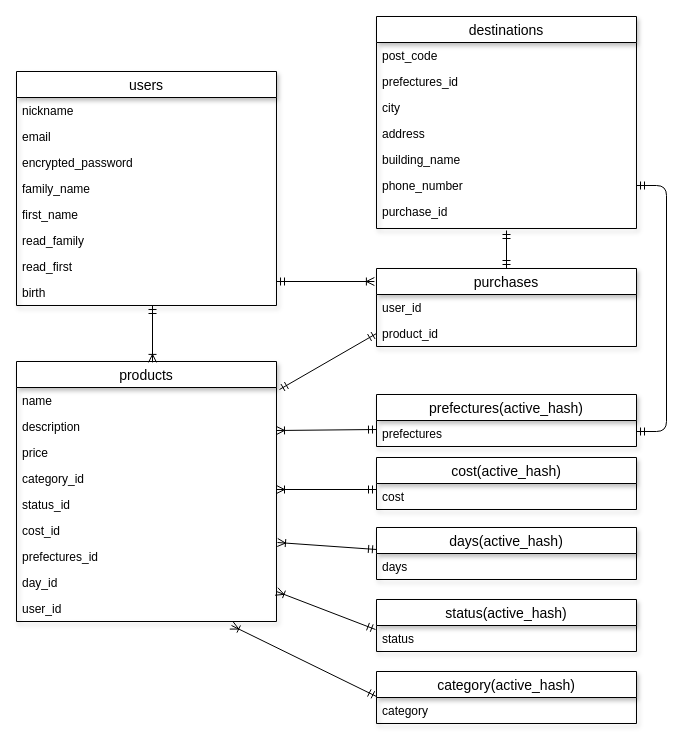
mt1107056/furima-34768 keeps this draw.io diagram as test.dio. Above is the earlier version. Source tidied: cells renumbered, new cells numbered last; positions are measured from the earlier drawing's top-left corner, leaving out a move shared by most shapes. Both pictures are drawn from the tidied source at 100%, with x=0, y=0 at pixel (16, 16).
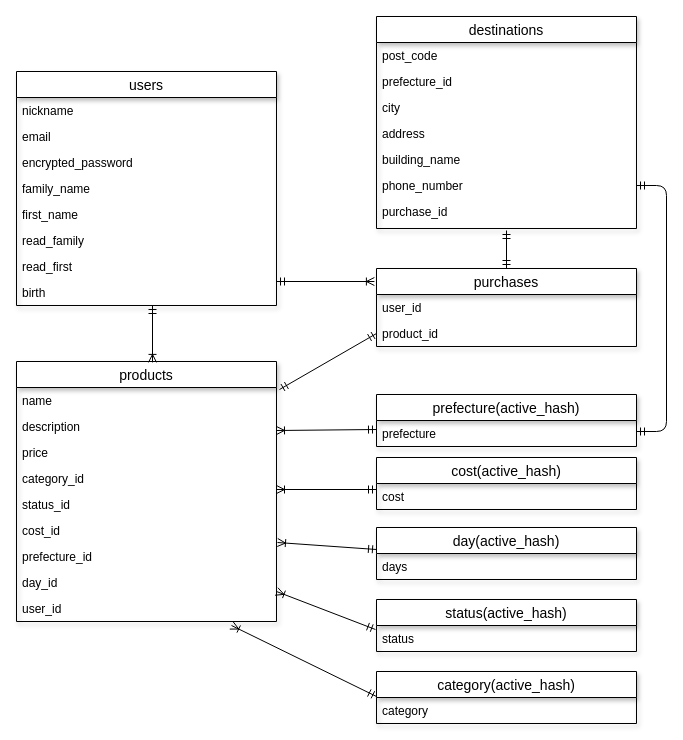
The same diagram, later.

Commit message (it also covers changes not shown here):
テーブル設計（修正③）

The change refers to these unchanged cells:
```xml
<mxCell id="11" value="products" style="swimlane;fontStyle=0;horizontal=1;startSize=26;align=center;fontSize=14;shadow=1;" parent="1" vertex="1">
  <mxGeometry y="345" width="260" height="260" as="geometry" />
</mxCell>
<mxCell id="22" value="destinations" style="swimlane;fontStyle=0;horizontal=1;startSize=26;align=center;fontSize=14;shadow=1;" parent="1" vertex="1">
  <mxGeometry x="360" width="260" height="212" as="geometry" />
</mxCell>
```

The edit, as a diff of the source:
```diff
@@
-    <mxCell id="18" value="prefectures_id" style="text;strokeColor=none;fillColor=none;spacingLeft=4;spacingRight=4;overflow=hidden;fontSize=12;" parent="11" vertex="1">
+    <mxCell id="18" value="prefecture_id" style="text;strokeColor=none;fillColor=none;spacingLeft=4;spacingRight=4;overflow=hidden;fontSize=12;" parent="11" vertex="1">
       <mxGeometry y="182" width="260" height="26" as="geometry" />
     </mxCell>
@@
-    <mxCell id="24" value="prefectures_id" style="text;strokeColor=none;fillColor=none;spacingLeft=4;spacingRight=4;overflow=hidden;fontSize=12;" parent="22" vertex="1">
+    <mxCell id="24" value="prefecture_id" style="text;strokeColor=none;fillColor=none;spacingLeft=4;spacingRight=4;overflow=hidden;fontSize=12;" parent="22" vertex="1">
       <mxGeometry y="52" width="260" height="26" as="geometry" />
     </mxCell>
@@
-    <mxCell id="35" value="prefectures(active_hash)" style="swimlane;fontStyle=0;horizontal=1;startSize=26;align=center;fontSize=14;shadow=1;" parent="1" vertex="1">
+    <mxCell id="35" value="prefecture(active_hash)" style="swimlane;fontStyle=0;horizontal=1;startSize=26;align=center;fontSize=14;shadow=1;" parent="1" vertex="1">
       <mxGeometry x="360" y="378" width="260" height="52" as="geometry" />
     </mxCell>
-    <mxCell id="36" value="prefectures" style="text;strokeColor=none;fillColor=none;spacingLeft=4;spacingRight=4;overflow=hidden;fontSize=12;" parent="35" vertex="1">
+    <mxCell id="36" value="prefecture" style="text;strokeColor=none;fillColor=none;spacingLeft=4;spacingRight=4;overflow=hidden;fontSize=12;" parent="35" vertex="1">
       <mxGeometry y="26" width="260" height="26" as="geometry" />
     </mxCell>
@@
-    <mxCell id="39" value="days(active_hash)" style="swimlane;fontStyle=0;horizontal=1;startSize=26;align=center;fontSize=14;shadow=1;" parent="1" vertex="1">
+    <mxCell id="39" value="day(active_hash)" style="swimlane;fontStyle=0;horizontal=1;startSize=26;align=center;fontSize=14;shadow=1;" parent="1" vertex="1">
       <mxGeometry x="360" y="511" width="260" height="52" as="geometry" />
     </mxCell>
```
